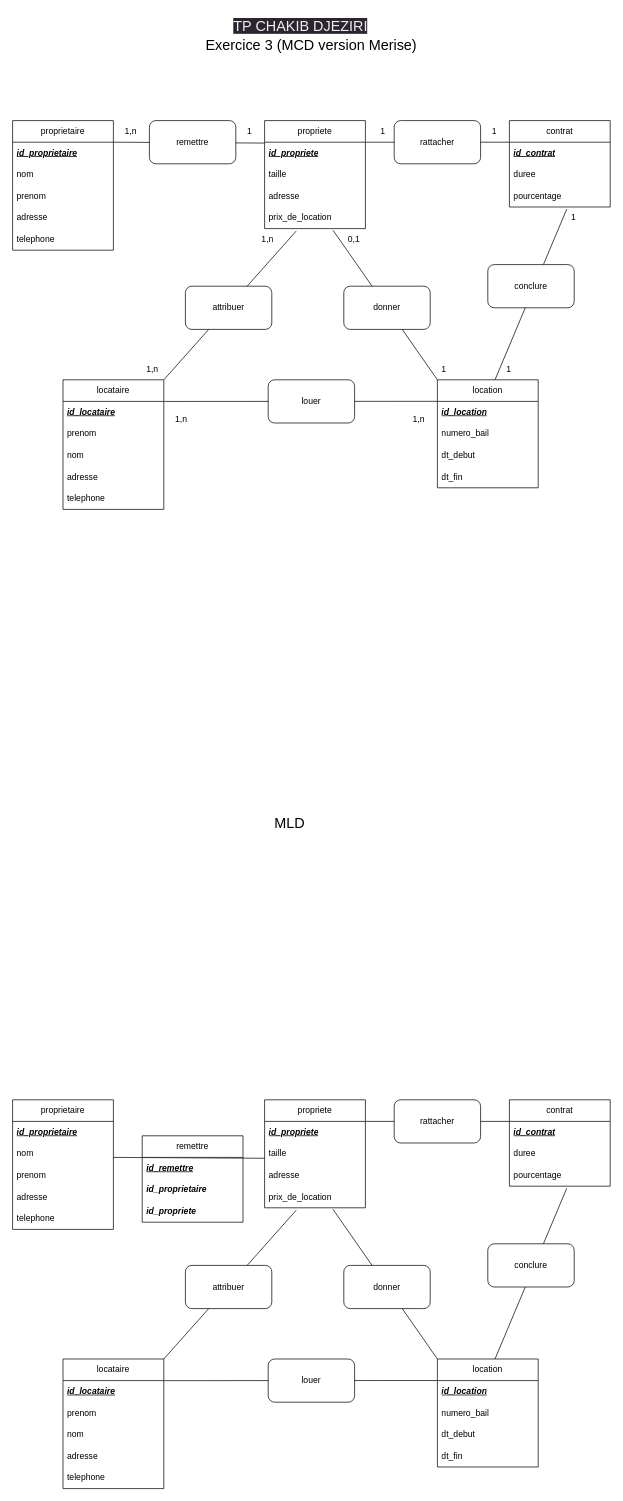
Before: Q3-MCD_MLD.drawio in chakibdjeziri/tp-mcd-mld-mpd, a draw.io diagram. Source tidied: cells renumbered, new cells numbered last; positions are measured from the earlier drawing's top-left corner, leaving out a move shared by most shapes. Both pictures are drawn from the tidied source at 72%, with x=0, y=0 at pixel (12, 12).
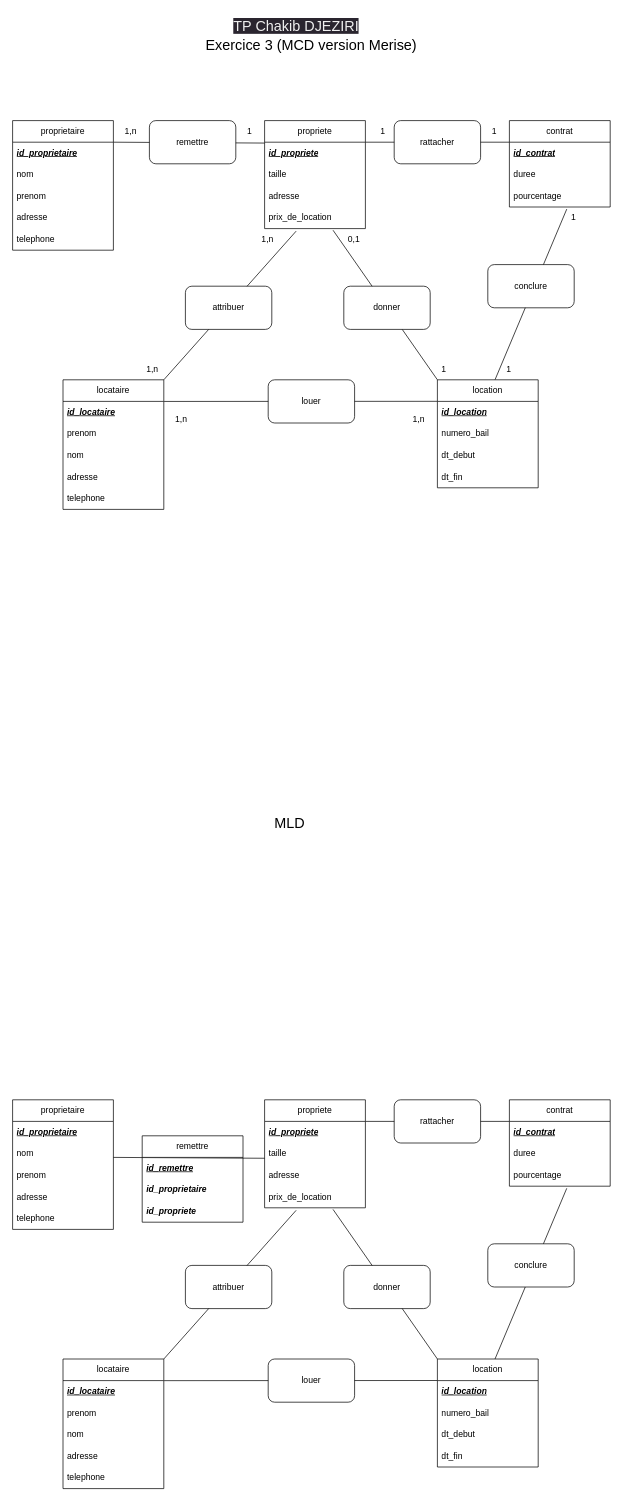
The same page after the edit.

What changed in the source:
```diff
@@
-    <mxCell id="45" value="&lt;span style=&quot;color: rgb(240, 240, 240); font-family: Helvetica; font-size: 20px; font-style: normal; font-variant-ligatures: normal; font-variant-caps: normal; font-weight: 400; letter-spacing: normal; orphans: 2; text-align: center; text-indent: 0px; text-transform: none; widows: 2; word-spacing: 0px; -webkit-text-stroke-width: 0px; background-color: rgb(42, 37, 47); text-decoration-thickness: initial; text-decoration-style: initial; text-decoration-color: initial; float: none; display: inline !important;&quot;&gt;TP CHAKIB DJEZIRI&lt;/span&gt;&lt;br style=&quot;border-color: rgb(0, 0, 0); color: rgb(240, 240, 240); font-family: Helvetica; font-size: 20px; font-style: normal; font-variant-ligatures: normal; font-variant-caps: normal; font-weight: 400; letter-spacing: normal; orphans: 2; text-align: center; text-indent: 0px; text-transform: none; widows: 2; word-spacing: 0px; -webkit-text-stroke-width: 0px; background-color: rgb(42, 37, 47); text-decoration-thickness: initial; text-decoration-style: initial; text-decoration-color: initial;&quot;&gt;" style="text;whiteSpace=wrap;html=1;" parent="1" vertex="1">
+    <mxCell id="45" value="&lt;span style=&quot;color: rgb(240, 240, 240); font-family: Helvetica; font-size: 20px; font-style: normal; font-variant-ligatures: normal; font-variant-caps: normal; font-weight: 400; letter-spacing: normal; orphans: 2; text-align: center; text-indent: 0px; text-transform: none; widows: 2; word-spacing: 0px; -webkit-text-stroke-width: 0px; background-color: rgb(42, 37, 47); text-decoration-thickness: initial; text-decoration-style: initial; text-decoration-color: initial; float: none; display: inline !important;&quot;&gt;TP Chakib DJEZIRI&lt;/span&gt;" style="text;whiteSpace=wrap;html=1;" parent="1" vertex="1">
       <mxGeometry x="305" width="220" height="50" as="geometry" />
     </mxCell>
```
